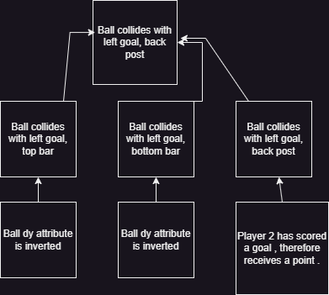
This is public/documentation/StateTransition1.png from Abukar-1000/2d_Rocket_League, a draw.io export, as it was before one commit. Source tidied: cells renumbered, new cells last; positions are measured from the earlier drawing's top-left corner, leaving out a move shared by most shapes. Source of this version:
```xml
<mxGraphModel>
  <root>
    <mxCell id="0" />
    <mxCell id="1" parent="0" />
    <mxCell id="2" value="Ball collides with left goal, back post&lt;div style=&quot;display:none&quot; id=&quot;SDCloudData&quot;&gt;&lt;/div&gt;" style="whiteSpace=wrap;html=1;" parent="1" vertex="1">
      <mxGeometry x="110" width="100" height="100" as="geometry" />
    </mxCell>
    <mxCell id="3" style="edgeStyle=entityRelationEdgeStyle;rounded=0;jettySize=auto;html=1;exitX=0.5;exitY=0;exitDx=0;exitDy=0;entryX=0.027;entryY=0.381;entryDx=0;entryDy=0;entryPerimeter=0;" parent="1" edge="1" source="4" target="2">
      <mxGeometry relative="1" as="geometry" />
    </mxCell>
    <mxCell id="4" value="Ball collides with left goal, top bar&lt;div style=&quot;display:none&quot; id=&quot;SDCloudData&quot;&gt;&lt;/div&gt;&lt;div style=&quot;display:none&quot; id=&quot;SDCloudData&quot;&gt;&lt;/div&gt;" style="whiteSpace=wrap;html=1;" parent="1" vertex="1">
      <mxGeometry y="120" width="90" height="90" as="geometry" />
    </mxCell>
    <mxCell id="5" style="edgeStyle=entityRelationEdgeStyle;rounded=0;jettySize=auto;html=1;exitX=0.5;exitY=0;exitDx=0;exitDy=0;" parent="1" edge="1" source="6" target="2">
      <mxGeometry relative="1" as="geometry" />
    </mxCell>
    <mxCell id="6" value="Ball collides with left goal, bottom bar&lt;div style=&quot;display:none&quot; id=&quot;SDCloudData&quot;&gt;&lt;/div&gt;&lt;div style=&quot;display:none&quot; id=&quot;SDCloudData&quot;&gt;&lt;/div&gt;" style="whiteSpace=wrap;html=1;" parent="1" vertex="1">
      <mxGeometry x="140" y="120" width="90" height="90" as="geometry" />
    </mxCell>
    <mxCell id="7" style="edgeStyle=entityRelationEdgeStyle;rounded=0;jettySize=auto;html=1;exitX=0.5;exitY=0;exitDx=0;exitDy=0;entryX=1.039;entryY=0.45;entryDx=0;entryDy=0;entryPerimeter=0;" parent="1" edge="1" source="8" target="2">
      <mxGeometry relative="1" as="geometry" />
    </mxCell>
    <mxCell id="8" value="Ball collides with left goal, back post&lt;div style=&quot;display:none&quot; id=&quot;SDCloudData&quot;&gt;&lt;/div&gt;&lt;div style=&quot;display:none&quot; id=&quot;SDCloudData&quot;&gt;&lt;/div&gt;" style="whiteSpace=wrap;html=1;" parent="1" vertex="1">
      <mxGeometry x="280" y="120" width="90" height="90" as="geometry" />
    </mxCell>
    <mxCell id="9" style="edgeStyle=none;rounded=0;jettySize=auto;html=1;exitX=0.5;exitY=0;exitDx=0;exitDy=0;entryX=0.5;entryY=1;entryDx=0;entryDy=0;" parent="1" edge="1" source="10" target="4">
      <mxGeometry relative="1" as="geometry" />
    </mxCell>
    <mxCell id="10" value="Ball dy attribute is inverted&lt;div style=&quot;display:none&quot; id=&quot;SDCloudData&quot;&gt;&lt;/div&gt;&lt;div style=&quot;display:none&quot; id=&quot;SDCloudData&quot;&gt;&lt;/div&gt;&lt;div style=&quot;display:none&quot; id=&quot;SDCloudData&quot;&gt;&lt;/div&gt;" style="whiteSpace=wrap;html=1;" parent="1" vertex="1">
      <mxGeometry y="240" width="90" height="90" as="geometry" />
    </mxCell>
    <mxCell id="11" style="edgeStyle=none;rounded=0;jettySize=auto;html=1;exitX=0.5;exitY=0;exitDx=0;exitDy=0;" parent="1" edge="1" source="12" target="6">
      <mxGeometry relative="1" as="geometry" />
    </mxCell>
    <mxCell id="12" value="Ball dy attribute is inverted&lt;div style=&quot;display:none&quot; id=&quot;SDCloudData&quot;&gt;&lt;/div&gt;&lt;div style=&quot;display:none&quot; id=&quot;SDCloudData&quot;&gt;&lt;/div&gt;&lt;div style=&quot;display:none&quot; id=&quot;SDCloudData&quot;&gt;&lt;/div&gt;" style="whiteSpace=wrap;html=1;" parent="1" vertex="1">
      <mxGeometry x="140" y="240" width="90" height="90" as="geometry" />
    </mxCell>
    <mxCell id="13" style="edgeStyle=none;rounded=0;jettySize=auto;html=1;exitX=0.5;exitY=0;exitDx=0;exitDy=0;" parent="1" edge="1" source="14" target="8">
      <mxGeometry relative="1" as="geometry" />
    </mxCell>
    <mxCell id="14" value="Player 2 has scored a goal , therefore receives a point .&lt;div style=&quot;display:none&quot; id=&quot;SDCloudData&quot;&gt;&lt;/div&gt;&lt;div style=&quot;display:none&quot; id=&quot;SDCloudData&quot;&gt;&lt;/div&gt;&lt;div style=&quot;display:none&quot; id=&quot;SDCloudData&quot;&gt;&lt;/div&gt;" style="whiteSpace=wrap;html=1;" parent="1" vertex="1">
      <mxGeometry x="280" y="240" width="110" height="110" as="geometry" />
    </mxCell>
  </root>
</mxGraphModel>
```
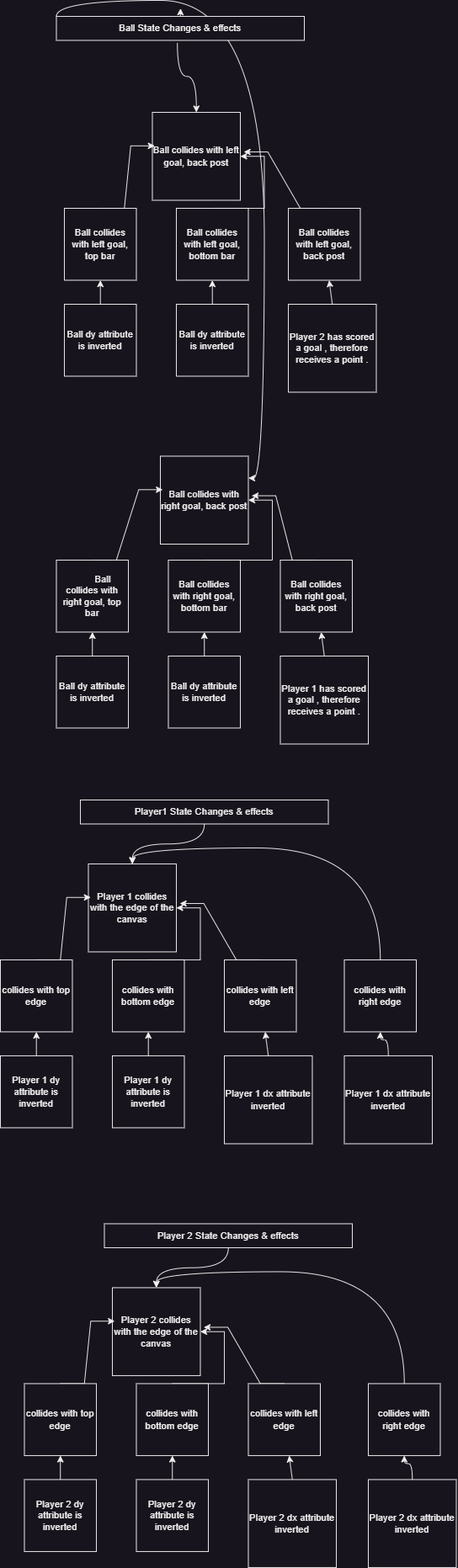
After the change.

The edit, as a diff of the source:
```diff
@@ -3,7 +3,7 @@
     <mxCell id="0" />
     <mxCell id="1" parent="0" />
     <mxCell id="2" value="Ball collides with left goal, back post&lt;div style=&quot;display:none&quot; id=&quot;SDCloudData&quot;&gt;&lt;/div&gt;" style="whiteSpace=wrap;html=1;" parent="1" vertex="1">
-      <mxGeometry x="110" width="100" height="100" as="geometry" />
+      <mxGeometry x="110" width="110" height="110" as="geometry" />
     </mxCell>
     <mxCell id="3" style="edgeStyle=entityRelationEdgeStyle;rounded=0;jettySize=auto;html=1;exitX=0.5;exitY=0;exitDx=0;exitDy=0;entryX=0.027;entryY=0.381;entryDx=0;entryDy=0;entryPerimeter=0;" parent="1" edge="1" source="4" target="2">
       <mxGeometry relative="1" as="geometry" />
@@ -41,5 +41,177 @@
     <mxCell id="14" value="Player 2 has scored a goal , therefore receives a point .&lt;div style=&quot;display:none&quot; id=&quot;SDCloudData&quot;&gt;&lt;/div&gt;&lt;div style=&quot;display:none&quot; id=&quot;SDCloudData&quot;&gt;&lt;/div&gt;&lt;div style=&quot;display:none&quot; id=&quot;SDCloudData&quot;&gt;&lt;/div&gt;" style="whiteSpace=wrap;html=1;" parent="1" vertex="1">
       <mxGeometry x="280" y="240" width="110" height="110" as="geometry" />
     </mxCell>
+    <mxCell id="15" value="Ball collides with right goal, back post&lt;div style=&quot;display:none&quot; id=&quot;SDCloudData&quot;&gt;&lt;/div&gt;" style="whiteSpace=wrap;html=1;" parent="1" vertex="1">
+      <mxGeometry x="120" y="430" width="110" height="110" as="geometry" />
+    </mxCell>
+    <mxCell id="16" style="edgeStyle=entityRelationEdgeStyle;rounded=0;jettySize=auto;html=1;exitX=0.5;exitY=0;exitDx=0;exitDy=0;entryX=0.027;entryY=0.381;entryDx=0;entryDy=0;entryPerimeter=0;" parent="1" edge="1" source="17" target="15">
+      <mxGeometry relative="1" as="geometry" />
+    </mxCell>
+    <mxCell id="17" value="&lt;span style=&quot;&quot;&gt;&lt;span style=&quot;&quot;&gt;&amp;nbsp;&amp;nbsp;&amp;nbsp;&amp;nbsp;&lt;/span&gt;&lt;/span&gt;&lt;span style=&quot;&quot;&gt;&lt;span style=&quot;&quot;&gt;&amp;nbsp;&amp;nbsp;&amp;nbsp;&amp;nbsp;&lt;/span&gt;&lt;/span&gt;Ball collides with right&amp;nbsp;goal, top bar&lt;div style=&quot;display:none&quot; id=&quot;SDCloudData&quot;&gt;&lt;/div&gt;&lt;div style=&quot;display:none&quot; id=&quot;SDCloudData&quot;&gt;&lt;/div&gt;" style="whiteSpace=wrap;html=1;" parent="1" vertex="1">
+      <mxGeometry x="-10" y="560" width="90" height="90" as="geometry" />
+    </mxCell>
+    <mxCell id="18" style="edgeStyle=entityRelationEdgeStyle;rounded=0;jettySize=auto;html=1;exitX=0.5;exitY=0;exitDx=0;exitDy=0;" parent="1" edge="1" source="19" target="15">
+      <mxGeometry relative="1" as="geometry" />
+    </mxCell>
+    <mxCell id="19" value="Ball collides with right&amp;nbsp;goal, bottom bar&lt;div style=&quot;display:none&quot; id=&quot;SDCloudData&quot;&gt;&lt;/div&gt;&lt;div style=&quot;display:none&quot; id=&quot;SDCloudData&quot;&gt;&lt;/div&gt;" style="whiteSpace=wrap;html=1;" parent="1" vertex="1">
+      <mxGeometry x="130" y="560" width="90" height="90" as="geometry" />
+    </mxCell>
+    <mxCell id="20" style="edgeStyle=entityRelationEdgeStyle;rounded=0;jettySize=auto;html=1;exitX=0.5;exitY=0;exitDx=0;exitDy=0;entryX=1.039;entryY=0.45;entryDx=0;entryDy=0;entryPerimeter=0;" parent="1" edge="1" source="21" target="15">
+      <mxGeometry relative="1" as="geometry" />
+    </mxCell>
+    <mxCell id="21" value="Ball collides with right&amp;nbsp;goal, back post&lt;div style=&quot;display:none&quot; id=&quot;SDCloudData&quot;&gt;&lt;/div&gt;&lt;div style=&quot;display:none&quot; id=&quot;SDCloudData&quot;&gt;&lt;/div&gt;" style="whiteSpace=wrap;html=1;" parent="1" vertex="1">
+      <mxGeometry x="270" y="560" width="90" height="90" as="geometry" />
+    </mxCell>
+    <mxCell id="22" style="edgeStyle=none;rounded=0;jettySize=auto;html=1;exitX=0.5;exitY=0;exitDx=0;exitDy=0;entryX=0.5;entryY=1;entryDx=0;entryDy=0;" parent="1" edge="1" source="23" target="17">
+      <mxGeometry relative="1" as="geometry" />
+    </mxCell>
+    <mxCell id="23" value="Ball dy attribute is inverted&lt;div style=&quot;display:none&quot; id=&quot;SDCloudData&quot;&gt;&lt;/div&gt;&lt;div style=&quot;display:none&quot; id=&quot;SDCloudData&quot;&gt;&lt;/div&gt;&lt;div style=&quot;display:none&quot; id=&quot;SDCloudData&quot;&gt;&lt;/div&gt;" style="whiteSpace=wrap;html=1;" parent="1" vertex="1">
+      <mxGeometry x="-10" y="680" width="90" height="90" as="geometry" />
+    </mxCell>
+    <mxCell id="24" style="edgeStyle=none;rounded=0;jettySize=auto;html=1;exitX=0.5;exitY=0;exitDx=0;exitDy=0;" parent="1" edge="1" source="25" target="19">
+      <mxGeometry relative="1" as="geometry" />
+    </mxCell>
+    <mxCell id="25" value="Ball dy attribute is inverted&lt;div style=&quot;display:none&quot; id=&quot;SDCloudData&quot;&gt;&lt;/div&gt;&lt;div style=&quot;display:none&quot; id=&quot;SDCloudData&quot;&gt;&lt;/div&gt;&lt;div style=&quot;display:none&quot; id=&quot;SDCloudData&quot;&gt;&lt;/div&gt;" style="whiteSpace=wrap;html=1;" parent="1" vertex="1">
+      <mxGeometry x="130" y="680" width="90" height="90" as="geometry" />
+    </mxCell>
+    <mxCell id="26" style="edgeStyle=none;rounded=0;jettySize=auto;html=1;exitX=0.5;exitY=0;exitDx=0;exitDy=0;" parent="1" edge="1" source="27" target="21">
+      <mxGeometry relative="1" as="geometry" />
+    </mxCell>
+    <mxCell id="27" value="Player 1 has scored a goal , therefore receives a point .&lt;div style=&quot;display:none&quot; id=&quot;SDCloudData&quot;&gt;&lt;/div&gt;&lt;div style=&quot;display:none&quot; id=&quot;SDCloudData&quot;&gt;&lt;/div&gt;&lt;div style=&quot;display:none&quot; id=&quot;SDCloudData&quot;&gt;&lt;/div&gt;" style="whiteSpace=wrap;html=1;" parent="1" vertex="1">
+      <mxGeometry x="270" y="680" width="110" height="110" as="geometry" />
+    </mxCell>
+    <mxCell id="28" style="edgeStyle=orthogonalEdgeStyle;curved=1;rounded=0;orthogonalLoop=1;jettySize=auto;html=1;exitX=0.5;exitY=0;exitDx=0;exitDy=0;entryX=0.5;entryY=0;entryDx=0;entryDy=0;" parent="1" edge="1">
+      <mxGeometry relative="1" as="geometry">
+        <mxPoint x="135" y="980.1" as="targetPoint" />
+      </mxGeometry>
+    </mxCell>
+    <mxCell id="29" value="Player 1 collides with the edge of the canvas&lt;div style=&quot;display:none&quot; id=&quot;SDCloudData&quot;&gt;&lt;/div&gt;" style="whiteSpace=wrap;html=1;" parent="1" vertex="1">
+      <mxGeometry x="30" y="940" width="110" height="110" as="geometry" />
+    </mxCell>
+    <mxCell id="30" style="edgeStyle=entityRelationEdgeStyle;rounded=0;jettySize=auto;html=1;exitX=0.5;exitY=0;exitDx=0;exitDy=0;entryX=0.027;entryY=0.381;entryDx=0;entryDy=0;entryPerimeter=0;" parent="1" edge="1" source="31" target="29">
+      <mxGeometry relative="1" as="geometry" />
+    </mxCell>
+    <mxCell id="31" value="collides with top edge&lt;div style=&quot;display:none&quot; id=&quot;SDCloudData&quot;&gt;&lt;/div&gt;&lt;div style=&quot;display:none&quot; id=&quot;SDCloudData&quot;&gt;&lt;/div&gt;" style="whiteSpace=wrap;html=1;" parent="1" vertex="1">
+      <mxGeometry x="-80" y="1060" width="90" height="90" as="geometry" />
+    </mxCell>
+    <mxCell id="32" style="edgeStyle=entityRelationEdgeStyle;rounded=0;jettySize=auto;html=1;exitX=0.5;exitY=0;exitDx=0;exitDy=0;" parent="1" edge="1" source="33" target="29">
+      <mxGeometry relative="1" as="geometry" />
+    </mxCell>
+    <mxCell id="33" value="collides with bottom edge&lt;div style=&quot;display:none&quot; id=&quot;SDCloudData&quot;&gt;&lt;/div&gt;&lt;div style=&quot;display:none&quot; id=&quot;SDCloudData&quot;&gt;&lt;/div&gt;" style="whiteSpace=wrap;html=1;" parent="1" vertex="1">
+      <mxGeometry x="60" y="1060" width="90" height="90" as="geometry" />
+    </mxCell>
+    <mxCell id="34" style="edgeStyle=entityRelationEdgeStyle;rounded=0;jettySize=auto;html=1;exitX=0.5;exitY=0;exitDx=0;exitDy=0;entryX=1.039;entryY=0.45;entryDx=0;entryDy=0;entryPerimeter=0;" parent="1" edge="1" source="35" target="29">
+      <mxGeometry relative="1" as="geometry" />
+    </mxCell>
+    <mxCell id="35" value="collides with left edge&lt;div style=&quot;display:none&quot; id=&quot;SDCloudData&quot;&gt;&lt;/div&gt;&lt;div style=&quot;display:none&quot; id=&quot;SDCloudData&quot;&gt;&lt;/div&gt;" style="whiteSpace=wrap;html=1;" parent="1" vertex="1">
+      <mxGeometry x="200" y="1060" width="90" height="90" as="geometry" />
+    </mxCell>
+    <mxCell id="36" style="edgeStyle=none;rounded=0;jettySize=auto;html=1;exitX=0.5;exitY=0;exitDx=0;exitDy=0;entryX=0.5;entryY=1;entryDx=0;entryDy=0;" parent="1" edge="1" source="37" target="31">
+      <mxGeometry relative="1" as="geometry" />
+    </mxCell>
+    <mxCell id="37" value="Player 1&amp;nbsp;dy attribute is inverted&lt;div style=&quot;display:none&quot; id=&quot;SDCloudData&quot;&gt;&lt;/div&gt;&lt;div style=&quot;display:none&quot; id=&quot;SDCloudData&quot;&gt;&lt;/div&gt;&lt;div style=&quot;display:none&quot; id=&quot;SDCloudData&quot;&gt;&lt;/div&gt;" style="whiteSpace=wrap;html=1;" parent="1" vertex="1">
+      <mxGeometry x="-80" y="1180" width="90" height="90" as="geometry" />
+    </mxCell>
+    <mxCell id="38" style="edgeStyle=none;rounded=0;jettySize=auto;html=1;exitX=0.5;exitY=0;exitDx=0;exitDy=0;" parent="1" edge="1" source="39" target="33">
+      <mxGeometry relative="1" as="geometry" />
+    </mxCell>
+    <mxCell id="39" value="Player 1&amp;nbsp;dy attribute is inverted&lt;div style=&quot;display:none&quot; id=&quot;SDCloudData&quot;&gt;&lt;/div&gt;&lt;div style=&quot;display:none&quot; id=&quot;SDCloudData&quot;&gt;&lt;/div&gt;&lt;div style=&quot;display:none&quot; id=&quot;SDCloudData&quot;&gt;&lt;/div&gt;" style="whiteSpace=wrap;html=1;" parent="1" vertex="1">
+      <mxGeometry x="60" y="1180" width="90" height="90" as="geometry" />
+    </mxCell>
+    <mxCell id="40" style="edgeStyle=none;rounded=0;jettySize=auto;html=1;exitX=0.5;exitY=0;exitDx=0;exitDy=0;" parent="1" edge="1" source="41" target="35">
+      <mxGeometry relative="1" as="geometry" />
+    </mxCell>
+    <mxCell id="41" value="Player 1&amp;nbsp;dx attribute inverted&lt;div style=&quot;display:none&quot; id=&quot;SDCloudData&quot;&gt;&lt;/div&gt;&lt;div style=&quot;display:none&quot; id=&quot;SDCloudData&quot;&gt;&lt;/div&gt;&lt;div style=&quot;display:none&quot; id=&quot;SDCloudData&quot;&gt;&lt;/div&gt;" style="whiteSpace=wrap;html=1;" parent="1" vertex="1">
+      <mxGeometry x="200" y="1180" width="110" height="110" as="geometry" />
+    </mxCell>
+    <mxCell id="42" style="edgeStyle=orthogonalEdgeStyle;curved=1;rounded=0;jettySize=auto;html=1;exitX=0.5;exitY=0;exitDx=0;exitDy=0;entryX=0.5;entryY=0;entryDx=0;entryDy=0;" parent="1" edge="1" source="43" target="29">
+      <mxGeometry relative="1" as="geometry" />
+    </mxCell>
+    <mxCell id="43" value="collides with right edge&lt;div style=&quot;display:none&quot; id=&quot;SDCloudData&quot;&gt;&lt;/div&gt;&lt;div style=&quot;display:none&quot; id=&quot;SDCloudData&quot;&gt;&lt;/div&gt;" style="whiteSpace=wrap;html=1;" parent="1" vertex="1">
+      <mxGeometry x="350" y="1060" width="90" height="90" as="geometry" />
+    </mxCell>
+    <mxCell id="44" style="edgeStyle=orthogonalEdgeStyle;rounded=0;jettySize=auto;html=1;exitX=0.5;exitY=0;exitDx=0;exitDy=0;curved=1;" parent="1" edge="1" source="45" target="43">
+      <mxGeometry relative="1" as="geometry" />
+    </mxCell>
+    <mxCell id="45" value="Player 1&amp;nbsp;dx attribute inverted&lt;div style=&quot;display:none&quot; id=&quot;SDCloudData&quot;&gt;&lt;/div&gt;&lt;div style=&quot;display:none&quot; id=&quot;SDCloudData&quot;&gt;&lt;/div&gt;&lt;div style=&quot;display:none&quot; id=&quot;SDCloudData&quot;&gt;&lt;/div&gt;" style="whiteSpace=wrap;html=1;" parent="1" vertex="1">
+      <mxGeometry x="350" y="1180" width="110" height="110" as="geometry" />
+    </mxCell>
+    <mxCell id="46" style="edgeStyle=orthogonalEdgeStyle;curved=1;rounded=0;jettySize=auto;html=1;exitX=0.488;exitY=1.113;exitDx=0;exitDy=0;exitPerimeter=0;" parent="1" edge="1" source="49" target="2">
+      <mxGeometry relative="1" as="geometry" />
+    </mxCell>
+    <mxCell id="47" style="edgeStyle=orthogonalEdgeStyle;curved=1;rounded=0;jettySize=auto;html=1;exitX=0.5;exitY=0;exitDx=0;exitDy=0;" parent="1" edge="1" source="49">
+      <mxGeometry relative="1" as="geometry">
+        <mxPoint x="145.3" y="-130" as="targetPoint" />
+      </mxGeometry>
+    </mxCell>
+    <mxCell id="48" style="edgeStyle=orthogonalEdgeStyle;curved=1;rounded=0;jettySize=auto;html=1;exitX=0;exitY=0;exitDx=0;exitDy=0;entryX=1;entryY=0.25;entryDx=0;entryDy=0;" parent="1" edge="1" source="49" target="15">
+      <mxGeometry relative="1" as="geometry" />
+    </mxCell>
+    <mxCell id="49" value="Ball State Changes &amp;amp; effects" style="whiteSpace=wrap;html=1;" parent="1" vertex="1">
+      <mxGeometry x="-10" y="-120" width="310" height="30" as="geometry" />
+    </mxCell>
+    <mxCell id="50" style="edgeStyle=orthogonalEdgeStyle;curved=1;rounded=0;jettySize=auto;html=1;exitX=0.5;exitY=1;exitDx=0;exitDy=0;entryX=0.5;entryY=0;entryDx=0;entryDy=0;" parent="1" edge="1" source="51" target="29">
+      <mxGeometry relative="1" as="geometry" />
+    </mxCell>
+    <mxCell id="51" value="Player1 State Changes &amp;amp; effects" style="whiteSpace=wrap;html=1;" parent="1" vertex="1">
+      <mxGeometry x="20" y="860" width="310" height="30" as="geometry" />
+    </mxCell>
+    <mxCell id="52" value="Player 2 collides with the edge of the canvas&lt;div style=&quot;display:none&quot; id=&quot;SDCloudData&quot;&gt;&lt;/div&gt;" style="whiteSpace=wrap;html=1;" parent="1" vertex="1">
+      <mxGeometry x="60" y="1470" width="110" height="110" as="geometry" />
+    </mxCell>
+    <mxCell id="53" style="edgeStyle=entityRelationEdgeStyle;rounded=0;jettySize=auto;html=1;exitX=0.5;exitY=0;exitDx=0;exitDy=0;entryX=0.027;entryY=0.381;entryDx=0;entryDy=0;entryPerimeter=0;" parent="1" edge="1" source="54" target="52">
+      <mxGeometry relative="1" as="geometry" />
+    </mxCell>
+    <mxCell id="54" value="collides with top edge&lt;div style=&quot;display:none&quot; id=&quot;SDCloudData&quot;&gt;&lt;/div&gt;&lt;div style=&quot;display:none&quot; id=&quot;SDCloudData&quot;&gt;&lt;/div&gt;" style="whiteSpace=wrap;html=1;" parent="1" vertex="1">
+      <mxGeometry x="-50" y="1590" width="90" height="90" as="geometry" />
+    </mxCell>
+    <mxCell id="55" style="edgeStyle=entityRelationEdgeStyle;rounded=0;jettySize=auto;html=1;exitX=0.5;exitY=0;exitDx=0;exitDy=0;" parent="1" edge="1" source="56" target="52">
+      <mxGeometry relative="1" as="geometry" />
+    </mxCell>
+    <mxCell id="56" value="collides with bottom edge&lt;div style=&quot;display:none&quot; id=&quot;SDCloudData&quot;&gt;&lt;/div&gt;&lt;div style=&quot;display:none&quot; id=&quot;SDCloudData&quot;&gt;&lt;/div&gt;" style="whiteSpace=wrap;html=1;" parent="1" vertex="1">
+      <mxGeometry x="90" y="1590" width="90" height="90" as="geometry" />
+    </mxCell>
+    <mxCell id="57" style="edgeStyle=entityRelationEdgeStyle;rounded=0;jettySize=auto;html=1;exitX=0.5;exitY=0;exitDx=0;exitDy=0;entryX=1.039;entryY=0.45;entryDx=0;entryDy=0;entryPerimeter=0;" parent="1" edge="1" source="58" target="52">
+      <mxGeometry relative="1" as="geometry" />
+    </mxCell>
+    <mxCell id="58" value="collides with left edge&lt;div style=&quot;display:none&quot; id=&quot;SDCloudData&quot;&gt;&lt;/div&gt;&lt;div style=&quot;display:none&quot; id=&quot;SDCloudData&quot;&gt;&lt;/div&gt;" style="whiteSpace=wrap;html=1;" parent="1" vertex="1">
+      <mxGeometry x="230" y="1590" width="90" height="90" as="geometry" />
+    </mxCell>
+    <mxCell id="59" style="edgeStyle=none;rounded=0;jettySize=auto;html=1;exitX=0.5;exitY=0;exitDx=0;exitDy=0;entryX=0.5;entryY=1;entryDx=0;entryDy=0;" parent="1" edge="1" source="60" target="54">
+      <mxGeometry relative="1" as="geometry" />
+    </mxCell>
+    <mxCell id="60" value="Player 2 dy attribute is inverted&lt;div style=&quot;display:none&quot; id=&quot;SDCloudData&quot;&gt;&lt;/div&gt;&lt;div style=&quot;display:none&quot; id=&quot;SDCloudData&quot;&gt;&lt;/div&gt;&lt;div style=&quot;display:none&quot; id=&quot;SDCloudData&quot;&gt;&lt;/div&gt;" style="whiteSpace=wrap;html=1;" parent="1" vertex="1">
+      <mxGeometry x="-50" y="1710" width="90" height="90" as="geometry" />
+    </mxCell>
+    <mxCell id="61" style="edgeStyle=none;rounded=0;jettySize=auto;html=1;exitX=0.5;exitY=0;exitDx=0;exitDy=0;" parent="1" edge="1" source="62" target="56">
+      <mxGeometry relative="1" as="geometry" />
+    </mxCell>
+    <mxCell id="62" value="Player 2 dy attribute is inverted&lt;div style=&quot;display:none&quot; id=&quot;SDCloudData&quot;&gt;&lt;/div&gt;&lt;div style=&quot;display:none&quot; id=&quot;SDCloudData&quot;&gt;&lt;/div&gt;&lt;div style=&quot;display:none&quot; id=&quot;SDCloudData&quot;&gt;&lt;/div&gt;" style="whiteSpace=wrap;html=1;" parent="1" vertex="1">
+      <mxGeometry x="90" y="1710" width="90" height="90" as="geometry" />
+    </mxCell>
+    <mxCell id="63" style="edgeStyle=none;rounded=0;jettySize=auto;html=1;exitX=0.5;exitY=0;exitDx=0;exitDy=0;" parent="1" edge="1" source="64" target="58">
+      <mxGeometry relative="1" as="geometry" />
+    </mxCell>
+    <mxCell id="64" value="Player 2 dx attribute inverted&lt;div style=&quot;display:none&quot; id=&quot;SDCloudData&quot;&gt;&lt;/div&gt;&lt;div style=&quot;display:none&quot; id=&quot;SDCloudData&quot;&gt;&lt;/div&gt;&lt;div style=&quot;display:none&quot; id=&quot;SDCloudData&quot;&gt;&lt;/div&gt;" style="whiteSpace=wrap;html=1;" parent="1" vertex="1">
+      <mxGeometry x="230" y="1710" width="110" height="110" as="geometry" />
+    </mxCell>
+    <mxCell id="65" style="edgeStyle=orthogonalEdgeStyle;curved=1;rounded=0;jettySize=auto;html=1;exitX=0.5;exitY=0;exitDx=0;exitDy=0;entryX=0.5;entryY=0;entryDx=0;entryDy=0;" parent="1" edge="1" source="66" target="52">
+      <mxGeometry relative="1" as="geometry" />
+    </mxCell>
+    <mxCell id="66" value="collides with right edge&lt;div style=&quot;display:none&quot; id=&quot;SDCloudData&quot;&gt;&lt;/div&gt;&lt;div style=&quot;display:none&quot; id=&quot;SDCloudData&quot;&gt;&lt;/div&gt;" style="whiteSpace=wrap;html=1;" parent="1" vertex="1">
+      <mxGeometry x="380" y="1590" width="90" height="90" as="geometry" />
+    </mxCell>
+    <mxCell id="67" style="edgeStyle=orthogonalEdgeStyle;rounded=0;jettySize=auto;html=1;exitX=0.5;exitY=0;exitDx=0;exitDy=0;curved=1;" parent="1" edge="1" source="68" target="66">
+      <mxGeometry relative="1" as="geometry" />
+    </mxCell>
+    <mxCell id="68" value="Player 2 dx attribute inverted&lt;div style=&quot;display:none&quot; id=&quot;SDCloudData&quot;&gt;&lt;/div&gt;&lt;div style=&quot;display:none&quot; id=&quot;SDCloudData&quot;&gt;&lt;/div&gt;&lt;div style=&quot;display:none&quot; id=&quot;SDCloudData&quot;&gt;&lt;/div&gt;" style="whiteSpace=wrap;html=1;" parent="1" vertex="1">
+      <mxGeometry x="380" y="1710" width="110" height="110" as="geometry" />
+    </mxCell>
+    <mxCell id="69" style="edgeStyle=orthogonalEdgeStyle;curved=1;rounded=0;jettySize=auto;html=1;" parent="1" edge="1" source="70" target="52">
+      <mxGeometry relative="1" as="geometry" />
+    </mxCell>
+    <mxCell id="70" value="Player 2 State Changes &amp;amp; effects" style="whiteSpace=wrap;html=1;" parent="1" vertex="1">
+      <mxGeometry x="50" y="1390" width="310" height="30" as="geometry" />
+    </mxCell>
   </root>
 </mxGraphModel>
```
